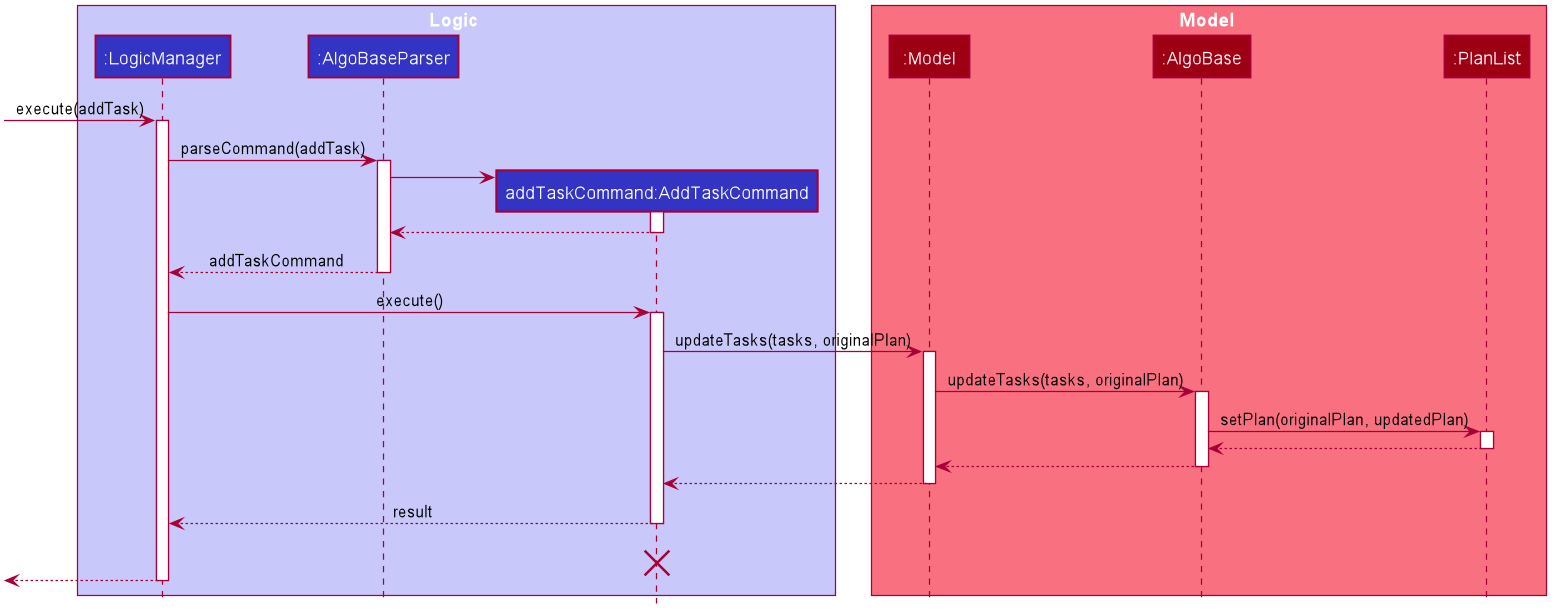
This is docs/images/task/AddTaskSequenceDiagram.png from nus-cs2103-AY1920S1/addressbook-level3, a PlantUML export, as it was before one commit.
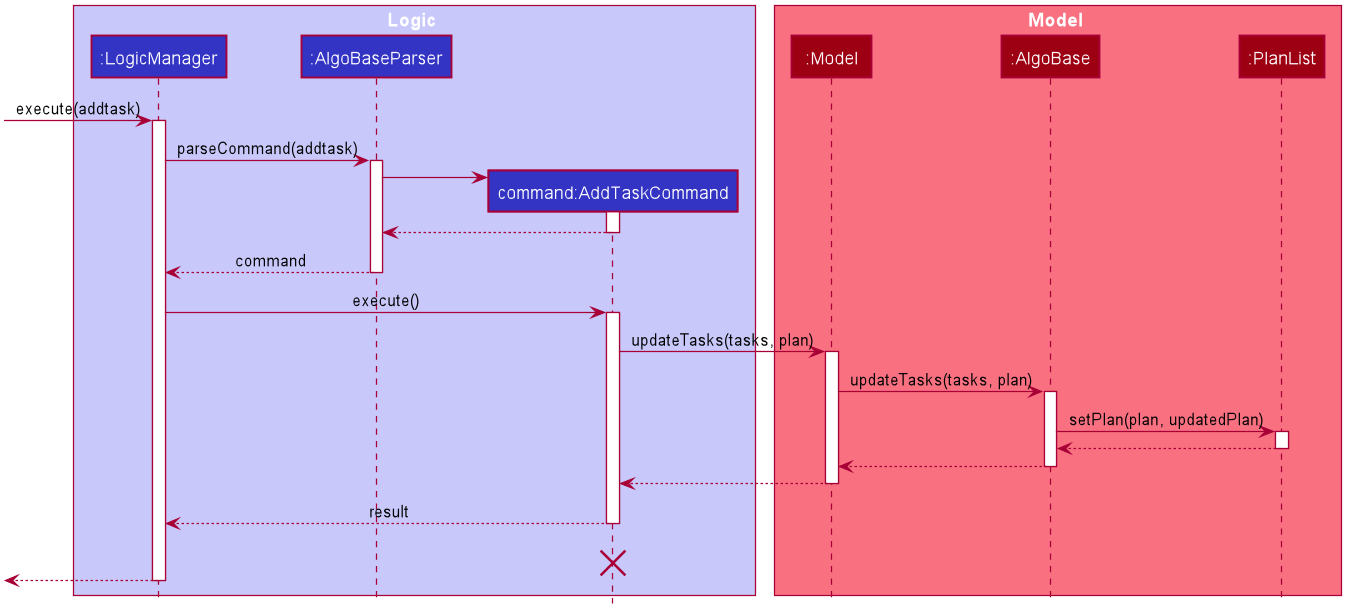
After the change.

The edit, as a diff of the source:
```diff
@@ -1,4 +1,5 @@
 @startuml
+
 
 
 
@@ -51,7 +52,7 @@
 box Logic #C8C8FA
 participant ":LogicManager" as LogicManager #3333C4
 participant ":AlgoBaseParser" as AlgoBaseParser #3333C4
-participant "addTaskCommand:AddTaskCommand" as AddTaskCommand #3333C4
+participant "command:AddTaskCommand" as AddTaskCommand #3333C4
 end box
 
 box Model #F97181
@@ -60,10 +61,10 @@
 participant ":PlanList" as PlanList #9D0012
 end box
 
-[-> LogicManager : execute(addTask)
+[-> LogicManager : execute(addtask)
 activate LogicManager
 
-LogicManager -> AlgoBaseParser : parseCommand(addTask)
+LogicManager -> AlgoBaseParser : parseCommand(addtask)
 activate AlgoBaseParser
 
 create AddTaskCommand
@@ -73,19 +74,19 @@
 AddTaskCommand --> AlgoBaseParser
 deactivate AddTaskCommand
 
-AlgoBaseParser --> LogicManager : addTaskCommand
+AlgoBaseParser --> LogicManager : command
 deactivate AlgoBaseParser
 
 LogicManager -> AddTaskCommand : execute()
 activate AddTaskCommand
 
-AddTaskCommand -> Model : updateTasks(tasks, originalPlan)
+AddTaskCommand -> Model : updateTasks(tasks, plan)
 activate Model
 
-Model -> AlgoBase : updateTasks(tasks, originalPlan)
+Model -> AlgoBase : updateTasks(tasks, plan)
 activate AlgoBase
 
-AlgoBase -> PlanList : setPlan(originalPlan, updatedPlan)
+AlgoBase -> PlanList : setPlan(plan, updatedPlan)
 activate PlanList
 
 PlanList --> AlgoBase
```
